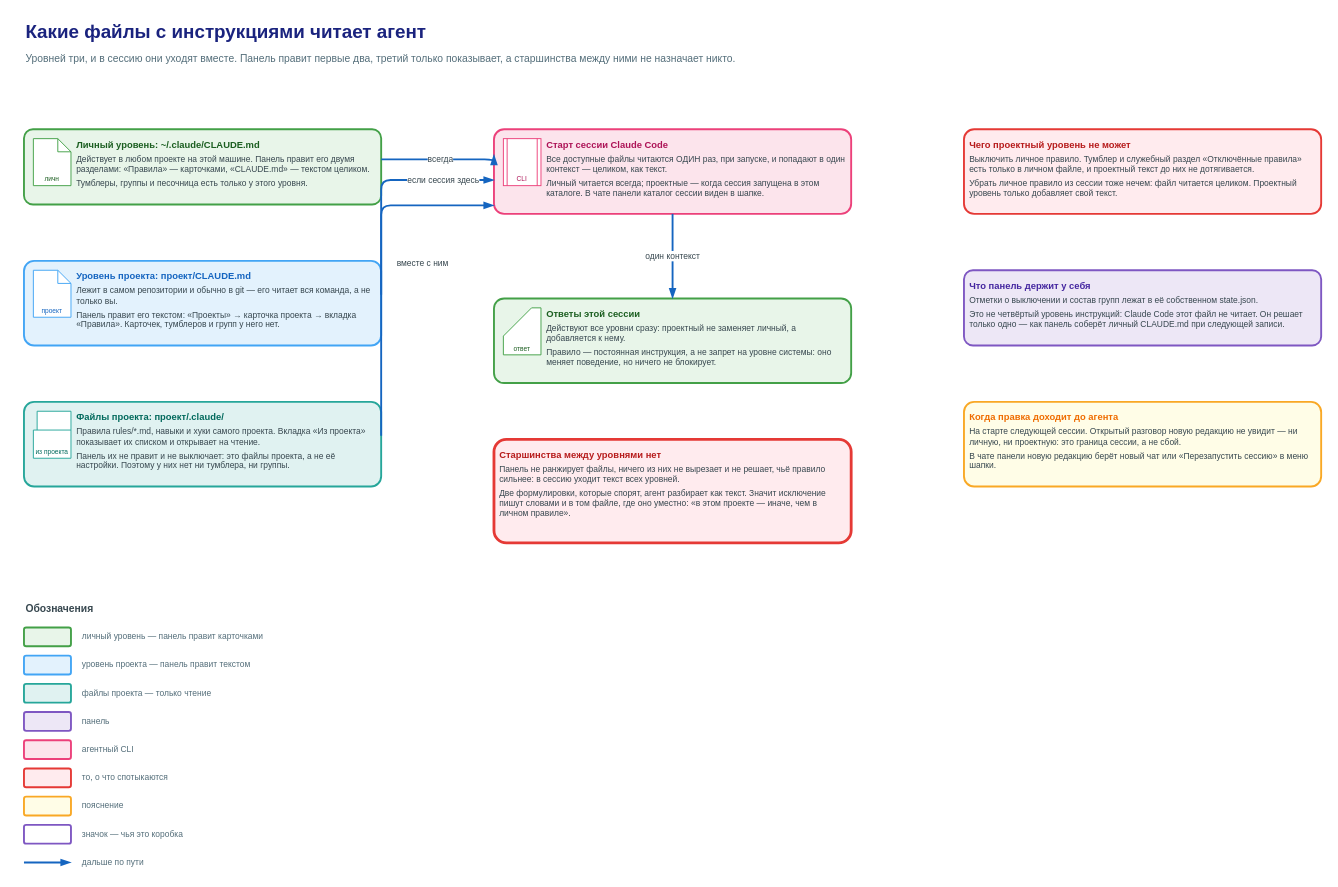
Before: page "1. Уровни инструкций" (1 of 2) of docs/diagrams/claudeMd-guide/claudeMd-guide.drawio in rusyander/claude-control, a draw.io diagram. Source tidied: cells renumbered, new cells numbered last; positions are measured from the earlier drawing's top-left corner, leaving out a move shared by most shapes. Both pictures are drawn from the tidied source at 94%, with x=0, y=0 at pixel (24, 16).
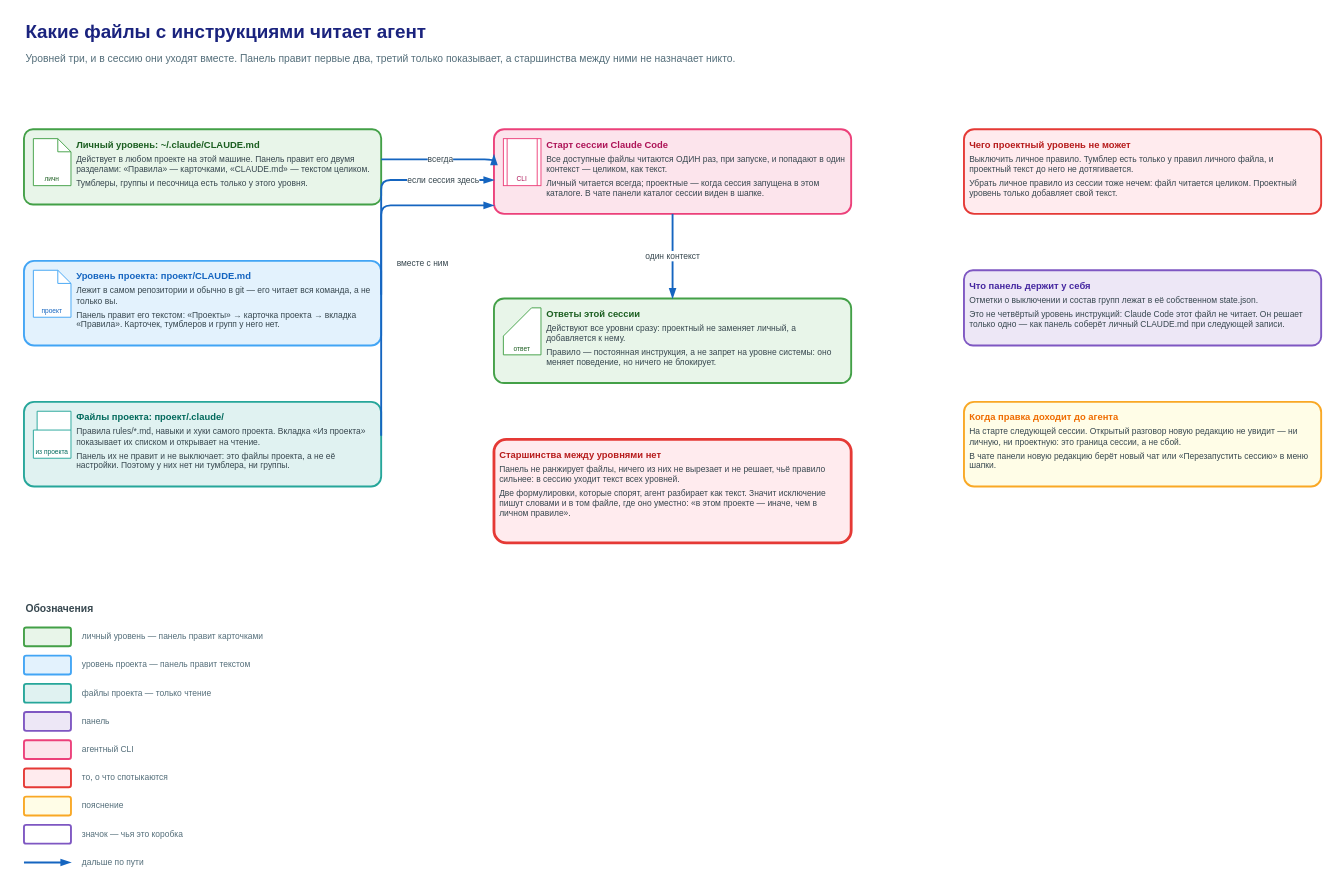
The same diagram, later.

What changed in the source:
```diff
@@
-    <mxCell id="15" value="&lt;div style=&quot;font-size:10px;font-weight:600;color:#B71C1C;text-align:left&quot;&gt;Чего проектный уровень не может&lt;/div&gt;&lt;div style=&quot;font-size:9px;text-align:left;margin-top:4px&quot;&gt;Выключить личное правило. Тумблер и служебный раздел «Отключённые правила» есть только в личном файле, и проектный текст до них не дотягивается.&lt;/div&gt;&lt;div style=&quot;font-size:9px;text-align:left;margin-top:4px&quot;&gt;Убрать личное правило из сессии тоже нечем: файл читается целиком. Проектный уровень только добавляет свой текст.&lt;/div&gt;" style="rounded=1;arcSize=12;fillColor=#FFEBEE;strokeColor=#E53935;strokeWidth=2;html=1;whiteSpace=wrap;align=left;verticalAlign=top;spacing=6;fontSize=9;fontColor=#37474F;informational=1;" parent="1" vertex="1">
+    <mxCell id="15" value="&lt;div style=&quot;font-size:10px;font-weight:600;color:#B71C1C;text-align:left&quot;&gt;Чего проектный уровень не может&lt;/div&gt;&lt;div style=&quot;font-size:9px;text-align:left;margin-top:4px&quot;&gt;Выключить личное правило. Тумблер есть только у правил личного файла, и проектный текст до него не дотягивается.&lt;/div&gt;&lt;div style=&quot;font-size:9px;text-align:left;margin-top:4px&quot;&gt;Убрать личное правило из сессии тоже нечем: файл читается целиком. Проектный уровень только добавляет свой текст.&lt;/div&gt;" style="rounded=1;arcSize=12;fillColor=#FFEBEE;strokeColor=#E53935;strokeWidth=2;html=1;whiteSpace=wrap;align=left;verticalAlign=top;spacing=6;fontSize=9;fontColor=#37474F;informational=1;" parent="1" vertex="1">
       <mxGeometry x="1000" y="120" width="380" height="90" as="geometry" />
     </mxCell>
```
